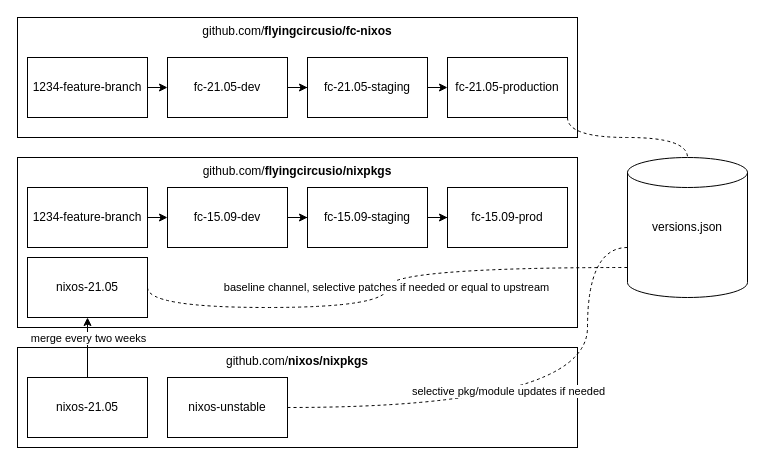
The draw.io diagram Nixos Repos and Branches.drawio in flyingcircusio/drawio, before the edit. Source tidied: cells renumbered, new cells numbered last; positions are measured from the earlier drawing's top-left corner, leaving out a move shared by most shapes. Both pictures are drawn from the tidied source at 100%, with x=0, y=0 at pixel (17, 17).
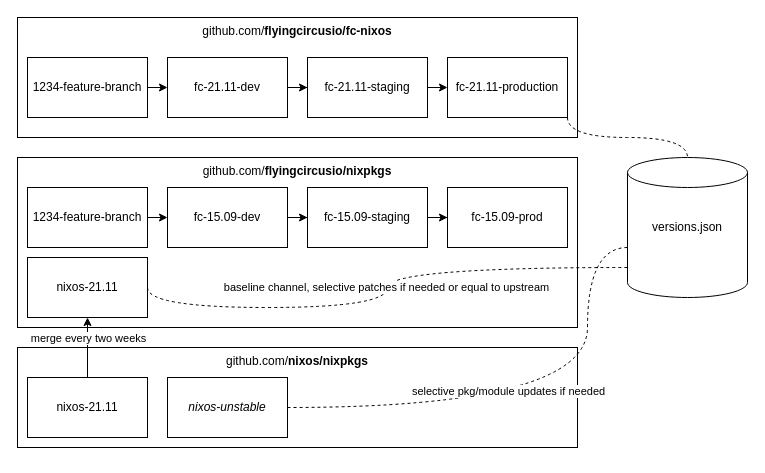
Above is the later version.

Commit message:
Update NixOS branches diagram for 21.11

Change to the diagram source:
```diff
@@
-    <mxCell id="5" value="nixos-21.05" style="rounded=0;whiteSpace=wrap;html=1;" parent="1" vertex="1">
+    <mxCell id="5" value="nixos-21.11" style="rounded=0;whiteSpace=wrap;html=1;" parent="1" vertex="1">
       <mxGeometry x="10" y="240" width="120" height="60" as="geometry" />
     </mxCell>
@@
-    <mxCell id="8" value="nixos-21.05" style="rounded=0;whiteSpace=wrap;html=1;" parent="1" vertex="1">
+    <mxCell id="8" value="nixos-21.11" style="rounded=0;whiteSpace=wrap;html=1;" parent="1" vertex="1">
       <mxGeometry x="10" y="360" width="120" height="60" as="geometry" />
     </mxCell>
@@
-    <mxCell id="16" value="nixos-unstable" style="rounded=0;whiteSpace=wrap;html=1;" parent="1" vertex="1">
+    <mxCell id="16" value="nixos-unstable" style="rounded=0;whiteSpace=wrap;html=1;fontStyle=2;" parent="1" vertex="1">
       <mxGeometry x="150" y="360" width="120" height="60" as="geometry" />
     </mxCell>
@@
-    <mxCell id="20" value="fc-21.05-dev" style="rounded=0;whiteSpace=wrap;html=1;" parent="1" vertex="1">
+    <mxCell id="20" value="fc-21.11-dev" style="rounded=0;whiteSpace=wrap;html=1;" parent="1" vertex="1">
       <mxGeometry x="150" y="40" width="120" height="60" as="geometry" />
     </mxCell>
@@
-    <mxCell id="22" value="fc-21.05-staging" style="rounded=0;whiteSpace=wrap;html=1;" parent="1" vertex="1">
+    <mxCell id="22" value="fc-21.11-staging" style="rounded=0;whiteSpace=wrap;html=1;" parent="1" vertex="1">
       <mxGeometry x="290" y="40" width="120" height="60" as="geometry" />
     </mxCell>
@@
-    <mxCell id="24" value="fc-21.05-production" style="rounded=0;whiteSpace=wrap;html=1;" parent="1" vertex="1">
+    <mxCell id="24" value="fc-21.11-production" style="rounded=0;whiteSpace=wrap;html=1;" parent="1" vertex="1">
       <mxGeometry x="430" y="40" width="120" height="60" as="geometry" />
     </mxCell>
```
